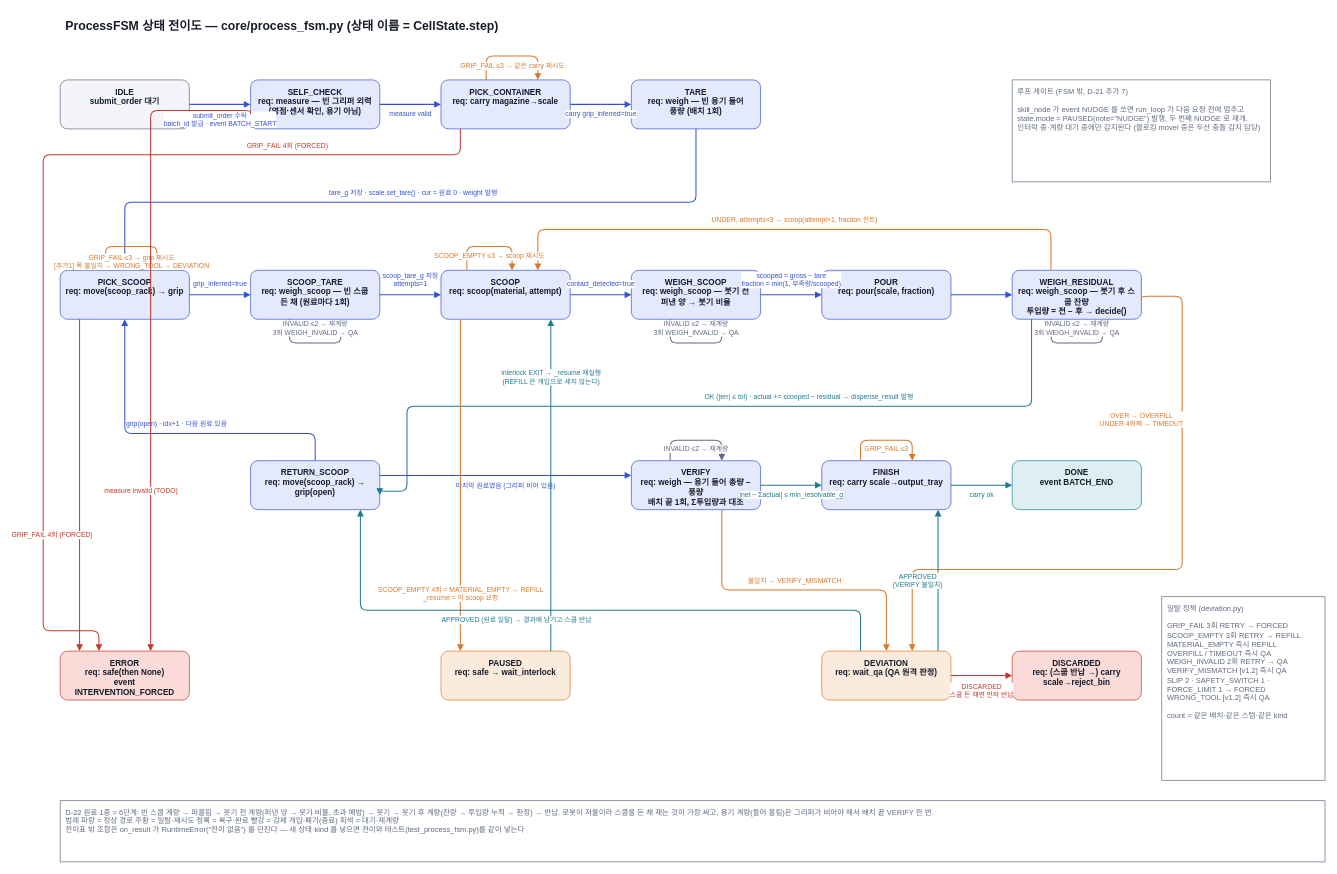
Above: page "2 상태 전이도" (2 of 4) of docs/diagrams/process_flow.drawio in Jik-Kim/auto-pharmacist (draw.io), before the change. Source tidied: cells renumbered, new cells numbered last; positions are measured from the earlier drawing's top-left corner, leaving out a move shared by most shapes. Both pictures are drawn from the tidied source at 68%, with x=0, y=0 at pixel (43, 12).
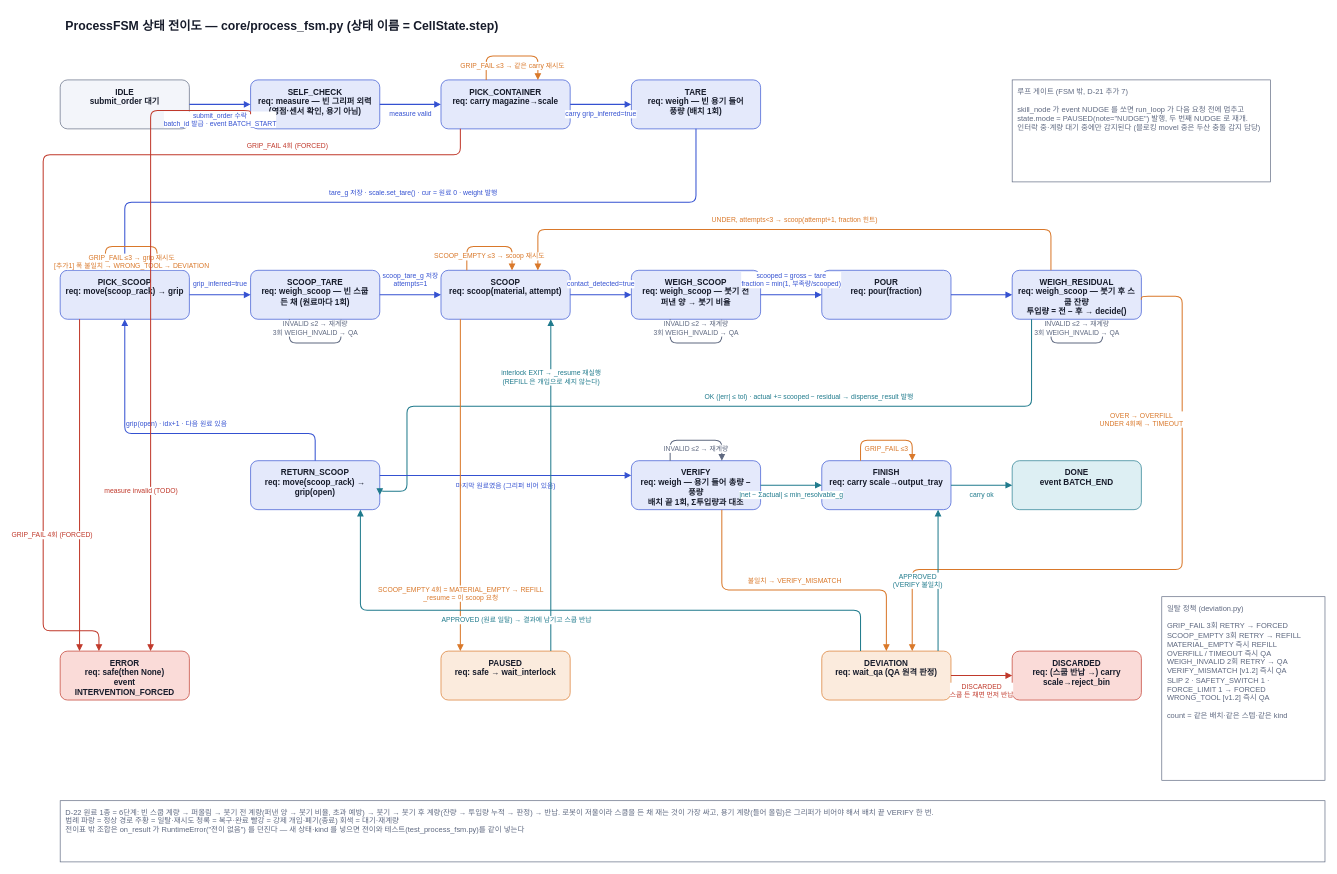
The same page after the edit.

Diff of the diagram source:
```diff
@@
-    <mxCell id="11" value="POUR&lt;br&gt;req: pour(scale, fraction)" style="rounded=1;whiteSpace=wrap;html=1;fillColor=#E4E9FB;strokeColor=#3451D1;fontColor=#161B2A;fontSize=12;align=center;verticalAlign=top;spacingTop=4;spacingLeft=6;spacingRight=6;fontStyle=1;" parent="1" vertex="1">
+    <mxCell id="11" value="POUR&lt;br&gt;req: pour(fraction)" style="rounded=1;whiteSpace=wrap;html=1;fillColor=#E4E9FB;strokeColor=#3451D1;fontColor=#161B2A;fontSize=12;align=center;verticalAlign=top;spacingTop=4;spacingLeft=6;spacingRight=6;fontStyle=1;" parent="1" vertex="1">
       <mxGeometry x="1145" y="380" width="190" height="72" as="geometry" />
     </mxCell>
```
